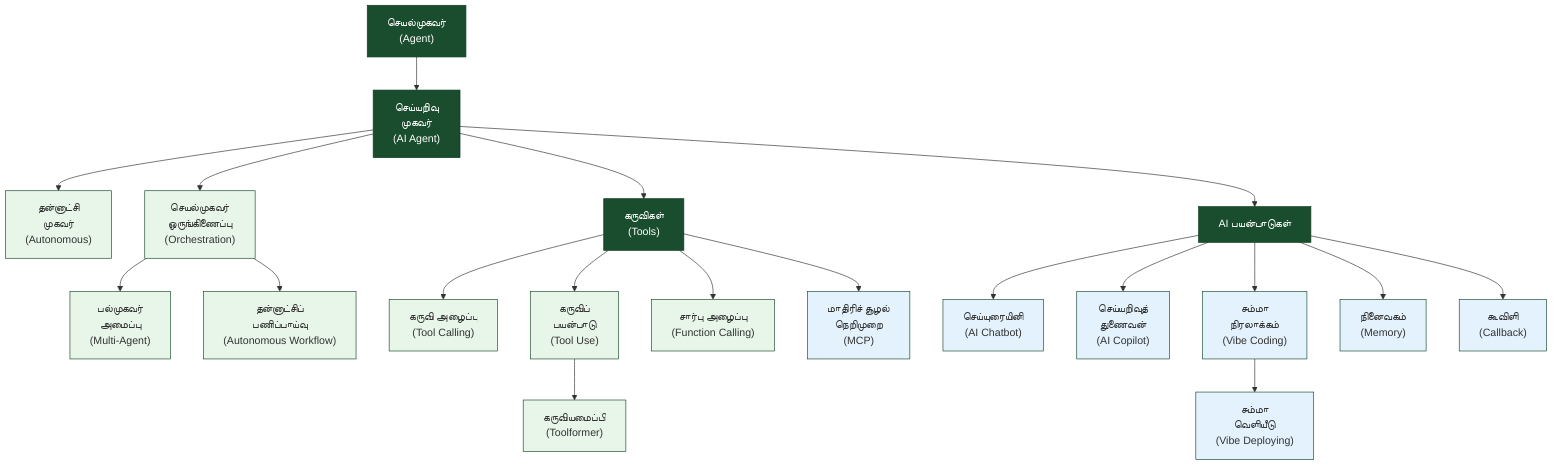
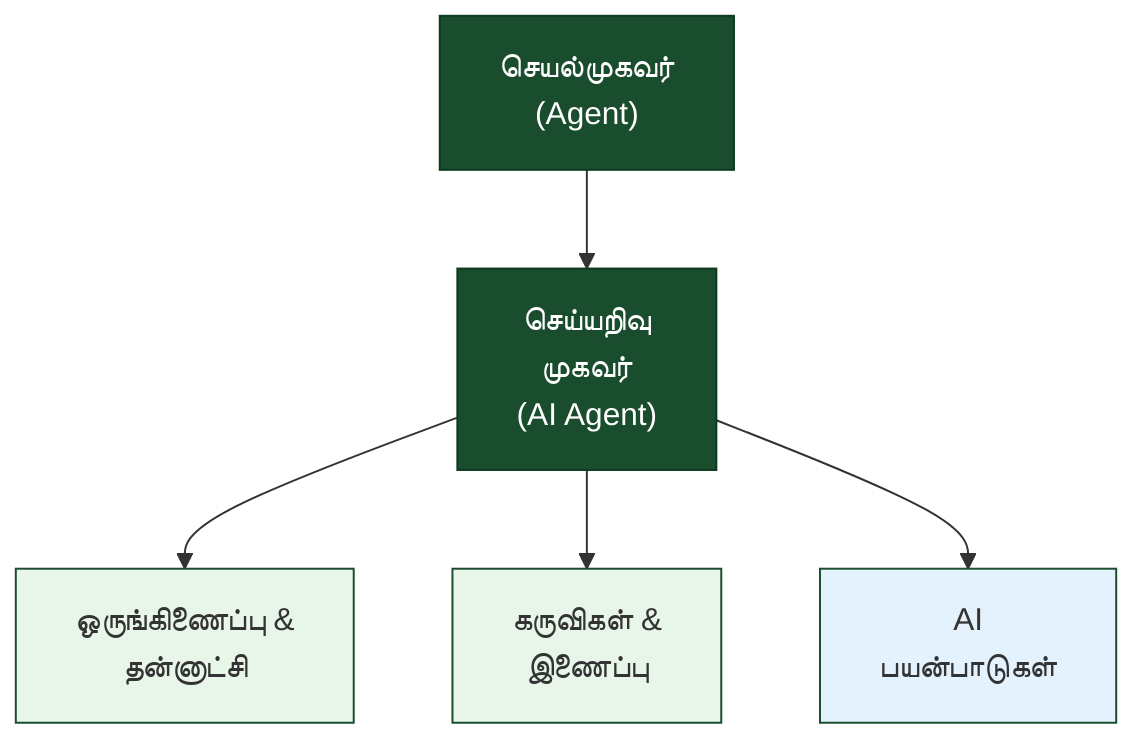
flowchart TB
    AGENT["செயல்முகவர்<br/>(Agent)"] --> AI_AGENT["செய்யறிவு<br/>முகவர்<br/>(AI Agent)"]
-     AI_AGENT --> AUTO["தன்னாட்சி<br/>முகவர்<br/>(Autonomous)"]
-     AI_AGENT --> ORCH["செயல்முகவர்<br/>ஒருங்கிணைப்பு<br/>(Orchestration)"]
-     ORCH --> MAS["பல்முகவர்<br/>அமைப்பு<br/>(Multi-Agent)"]
-     ORCH --> WORKFLOW["தன்னாட்சிப்<br/>பணிப்பாய்வு<br/>(Autonomous Workflow)"]
- 
-     AI_AGENT --> TOOLS["கருவிகள்<br/>(Tools)"]
-     TOOLS --> TC["கருவி அழைப்பு<br/>(Tool Calling)"]
-     TOOLS --> TU["கருவிப்<br/>பயன்பாடு<br/>(Tool Use)"]
-     TOOLS --> FC["சார்பு அழைப்பு<br/>(Function Calling)"]
-     TOOLS --> MCP["மாதிரிச் சூழல்<br/>நெறிமுறை<br/>(MCP)"]
-     TU --> TF["கருவியமைப்பி<br/>(Toolformer)"]
- 
-     AI_AGENT --> APPS["AI பயன்பாடுகள்"]
-     APPS --> CHAT["செய்யுரையினி<br/>(AI Chatbot)"]
-     APPS --> COPILOT["செய்யறிவுத்<br/>துணைவன்<br/>(AI Copilot)"]
-     APPS --> VIBE["சும்மா<br/>நிரலாக்கம்<br/>(Vibe Coding)"]
-     VIBE --> DEPLOY["சும்மா<br/>வெளியீடு<br/>(Vibe Deploying)"]
-     APPS --> MEM["நினைவகம்<br/>(Memory)"]
-     APPS --> CB["கூவிளி<br/>(Callback)"]
+     AI_AGENT --> ORCH["ஒருங்கிணைப்பு &<br/>தன்னாட்சி"]
+     AI_AGENT --> TOOLS["கருவிகள் &<br/>இணைப்பு"]
+     AI_AGENT --> APPS["AI<br/>பயன்பாடுகள்"]

    style AGENT fill:#1a4d2e,stroke:#0d3a1f,color:#fff
    style AI_AGENT fill:#1a4d2e,stroke:#0d3a1f,color:#fff
-     style TOOLS fill:#1a4d2e,stroke:#0d3a1f,color:#fff
-     style APPS fill:#1a4d2e,stroke:#0d3a1f,color:#fff
-     style AUTO fill:#e8f5e9,stroke:#1a4d2e
    style ORCH fill:#e8f5e9,stroke:#1a4d2e
-     style MAS fill:#e8f5e9,stroke:#1a4d2e
-     style WORKFLOW fill:#e8f5e9,stroke:#1a4d2e
-     style TC fill:#e8f5e9,stroke:#1a4d2e
-     style TU fill:#e8f5e9,stroke:#1a4d2e
-     style FC fill:#e8f5e9,stroke:#1a4d2e
-     style MCP fill:#e3f2fd,stroke:#1a4d2e
-     style TF fill:#e8f5e9,stroke:#1a4d2e
-     style CHAT fill:#e3f2fd,stroke:#1a4d2e
-     style COPILOT fill:#e3f2fd,stroke:#1a4d2e
-     style VIBE fill:#e3f2fd,stroke:#1a4d2e
-     style DEPLOY fill:#e3f2fd,stroke:#1a4d2e
-     style MEM fill:#e3f2fd,stroke:#1a4d2e
-     style CB fill:#e3f2fd,stroke:#1a4d2e
+     style TOOLS fill:#e8f5e9,stroke:#1a4d2e
+     style APPS fill:#e3f2fd,stroke:#1a4d2e
